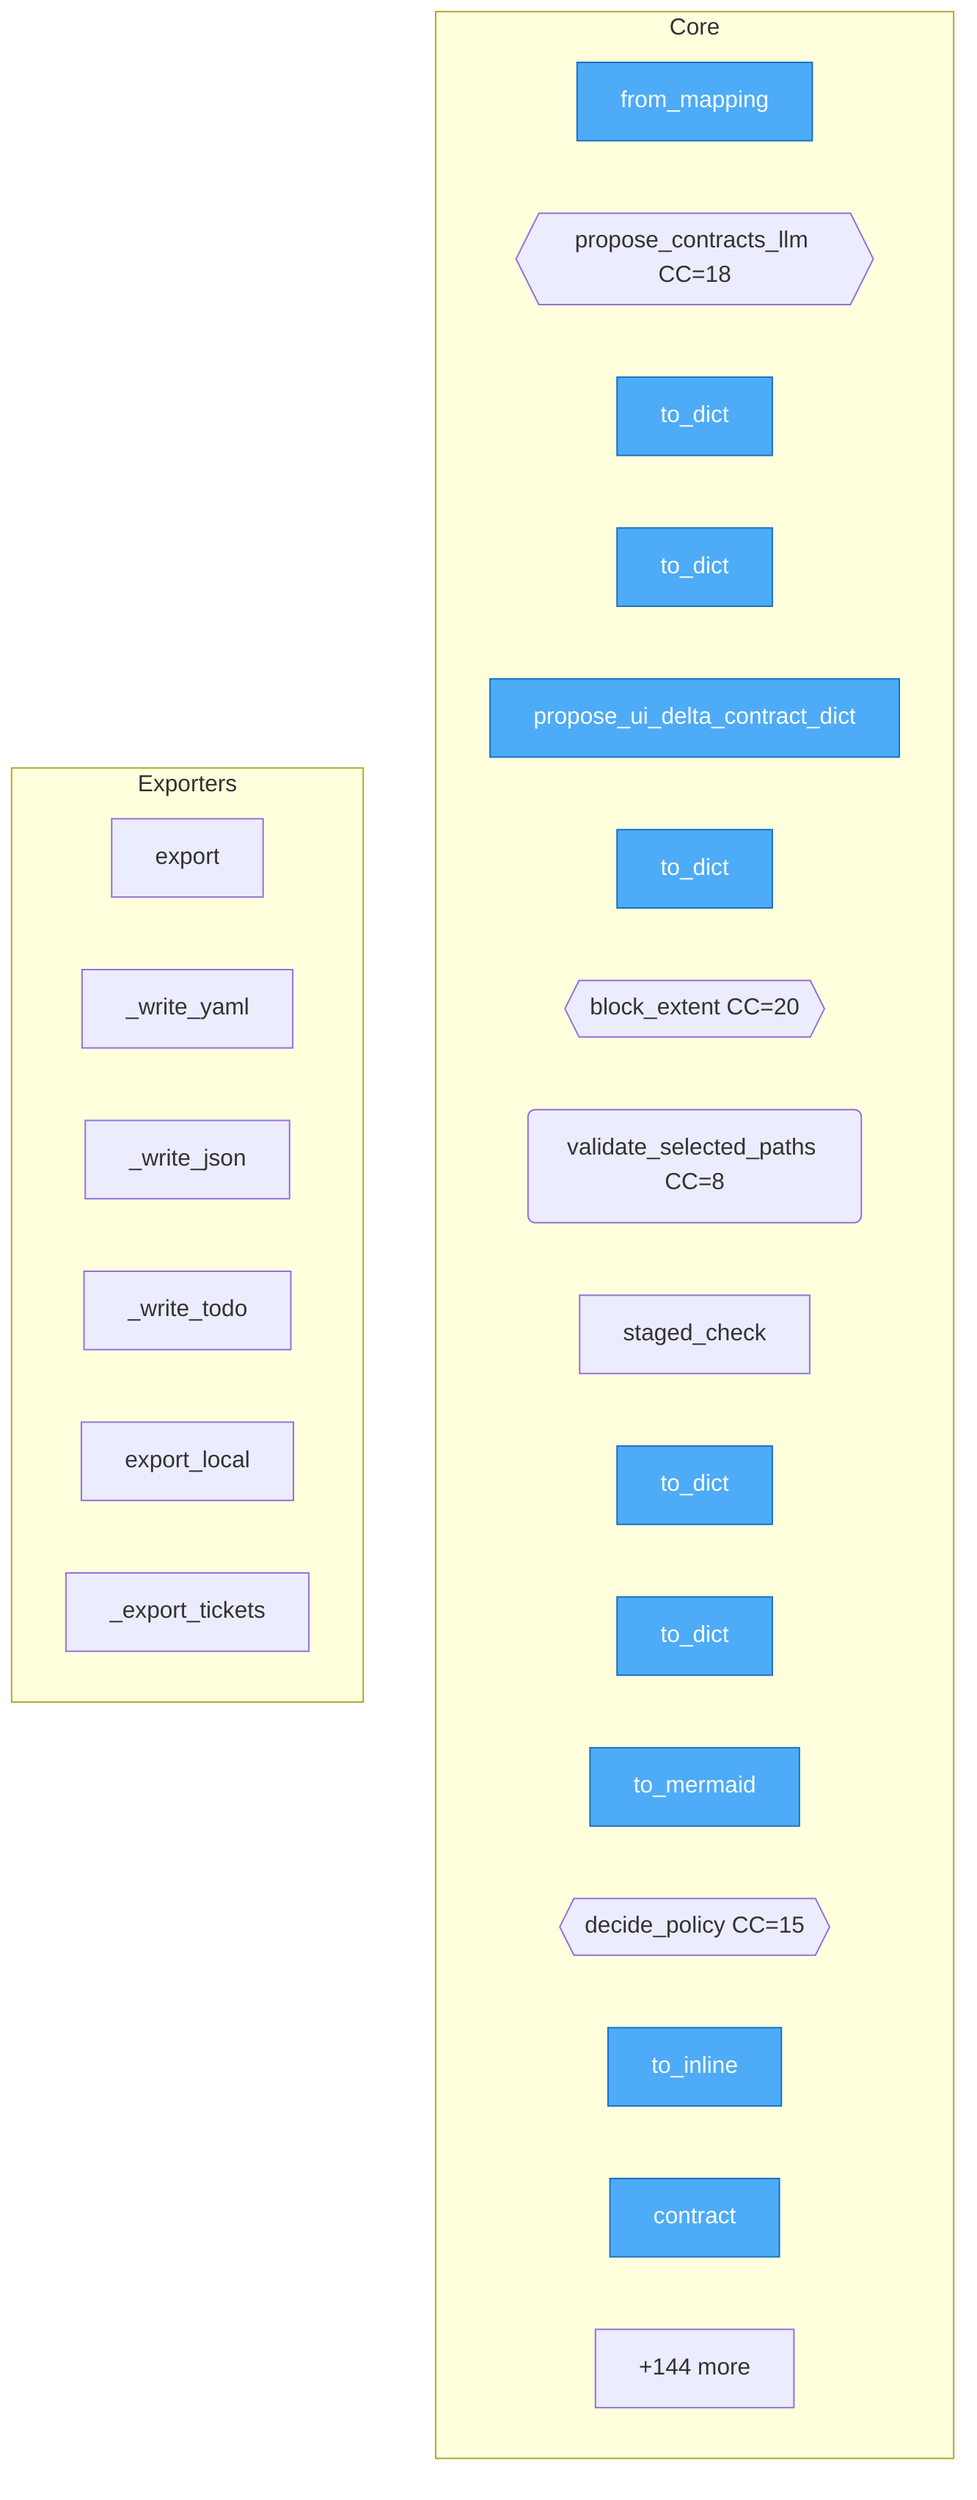
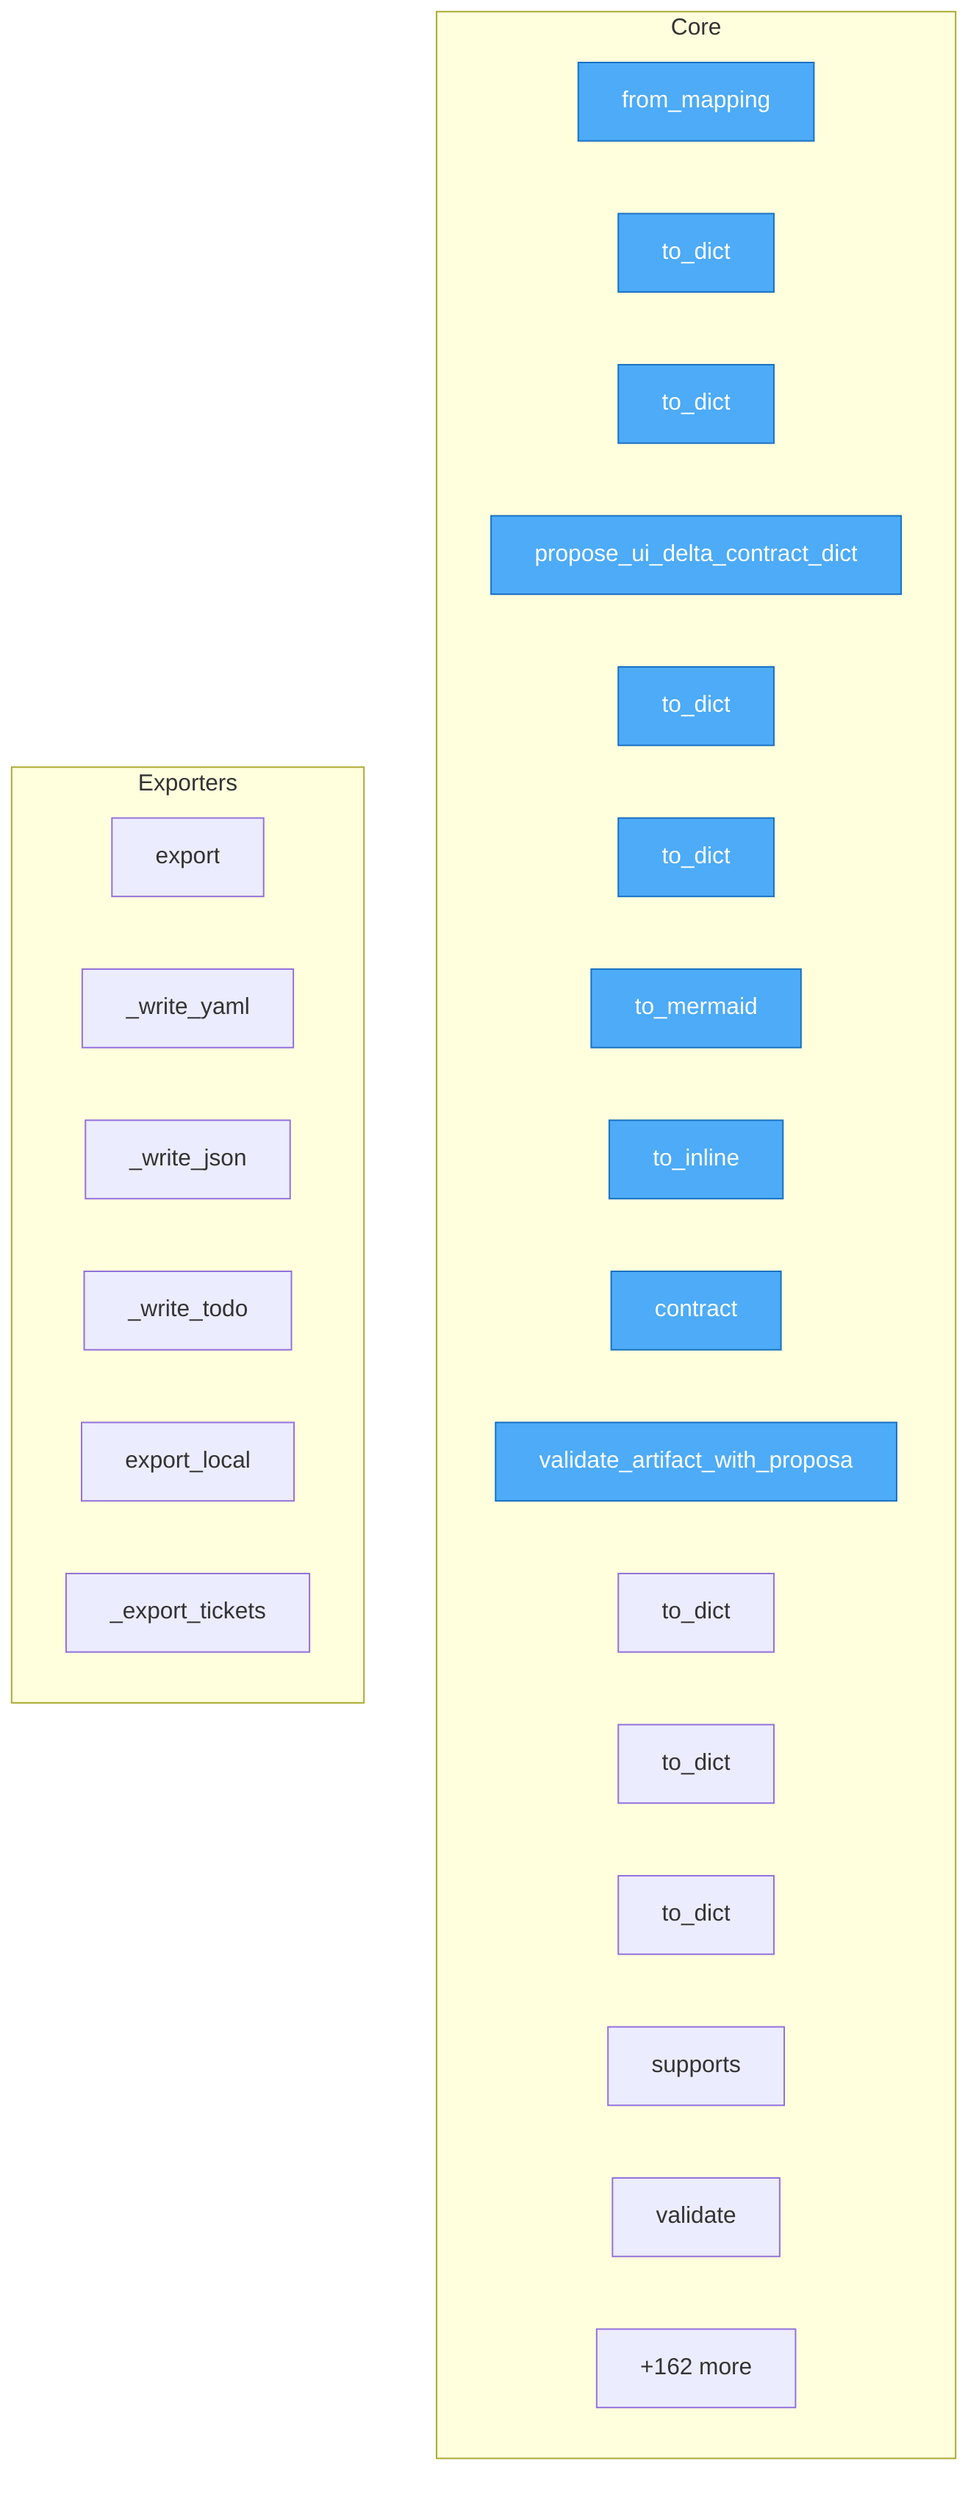
flowchart TD
- %% generated in 0.10s
+ %% generated in 0.03s

    %% Entry points (blue)
    classDef entry fill:#4dabf7,stroke:#1971c2,color:#fff

    subgraph Core
        src__intract__config__IntractConfig__from_mapping["from_mapping"]
-         src__intract__propose_llm__propose_contracts_llm{{propose_contracts_llm CC=18}}
        src__intract__scan_artifacts__ArtifactScanReport__to_dict["to_dict"]
        src__intract__proposals__ProposedContract__to_dict["to_dict"]
        src__intract__proposals__propose_ui_delta_contract_dicts["propose_ui_delta_contract_dict"]
-         src__intract__check__ChangedHunk__to_dict["to_dict"]
-         src__intract__check__block_extent{{block_extent CC=20}}
-         src__intract__check__validate_selected_paths("validate_selected_paths CC=8")
-         src__intract__check__staged_check["staged_check"]
        src__intract__coverage__CoverageReport__to_dict["to_dict"]
        src__intract__graph__ContractGraph__to_dict["to_dict"]
        src__intract__graph__ContractGraph__to_mermaid["to_mermaid"]
-         src__intract__policy__decide_policy{{decide_policy CC=15}}
        src__intract__sdk__ContractBuilder__to_inline["to_inline"]
        src__intract__sdk__contract["contract"]
-         ...["+144 more"]
+         src__intract__validate_snippet__validate_artifact_with_proposals["validate_artifact_with_proposa"]
+         src__intract__duplicates__grouping__DuplicateContract__to_dict["to_dict"]
+         src__intract__duplicates__grouping__IntentDuplicateGroup__to_dict["to_dict"]
+         src__intract__validators__artifacts__ArtifactValidationReport__to_dict["to_dict"]
+         src__intract__validators__input_output__InputPresenceRule__supports["supports"]
+         src__intract__validators__input_output__InputPresenceRule__validate["validate"]
+         ...["+162 more"]
    end

    subgraph Exporters
        src__intract__integrations__planfile__PlanfileExporter__export["export"]
        src__intract__integrations__planfile__PlanfileExporter___write_yaml["_write_yaml"]
        src__intract__integrations__planfile__PlanfileExporter___write_json["_write_json"]
        src__intract__integrations__planfile__PlanfileExporter___write_todo["_write_todo"]
        src__intract__integrations__planfile_adapter__PlanfileApiAdapter__export_local["export_local"]
        src__intract__cli___export_tickets["_export_tickets"]
    end

-     class src__intract__config__IntractConfig__from_mapping,src__intract__scan_artifacts__ArtifactScanReport__to_dict,src__intract__proposals__ProposedContract__to_dict,src__intract__proposals__propose_ui_delta_contract_dicts,src__intract__check__ChangedHunk__to_dict,src__intract__coverage__CoverageReport__to_dict,src__intract__graph__ContractGraph__to_dict,src__intract__graph__ContractGraph__to_mermaid,src__intract__sdk__ContractBuilder__to_inline,src__intract__sdk__contract entry
+     class src__intract__config__IntractConfig__from_mapping,src__intract__scan_artifacts__ArtifactScanReport__to_dict,src__intract__proposals__ProposedContract__to_dict,src__intract__proposals__propose_ui_delta_contract_dicts,src__intract__coverage__CoverageReport__to_dict,src__intract__graph__ContractGraph__to_dict,src__intract__graph__ContractGraph__to_mermaid,src__intract__sdk__ContractBuilder__to_inline,src__intract__sdk__contract,src__intract__validate_snippet__validate_artifact_with_proposals entry
